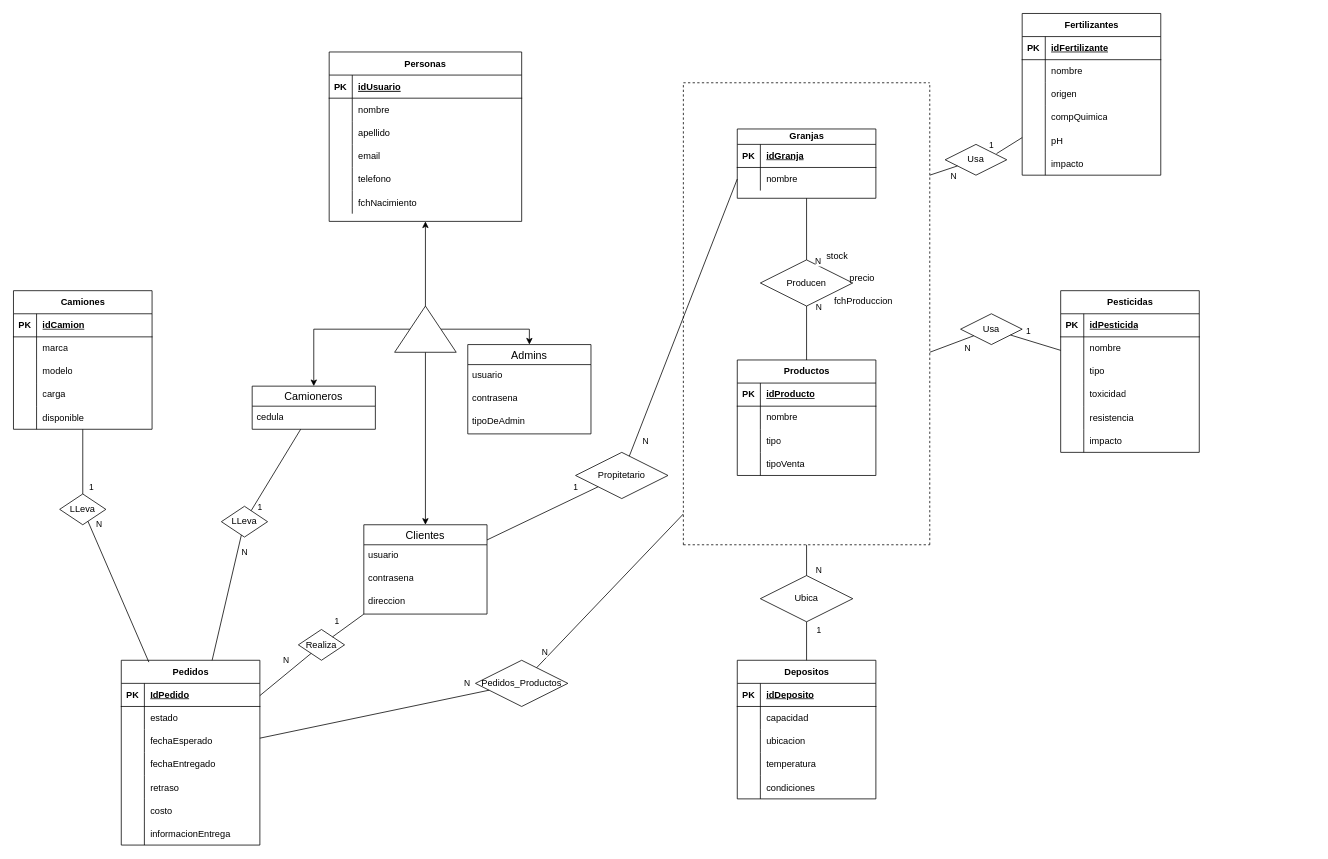
MatiasErra/ProyectoFinal keeps this draw.io diagram as Documentacion/MER.drawio. Above is the earlier version. Source tidied: cells renumbered, new cells numbered last; positions are measured from the earlier drawing's top-left corner, leaving out a move shared by most shapes. Both pictures are drawn from the tidied source at 77%, with x=0, y=0 at pixel (13, 13).
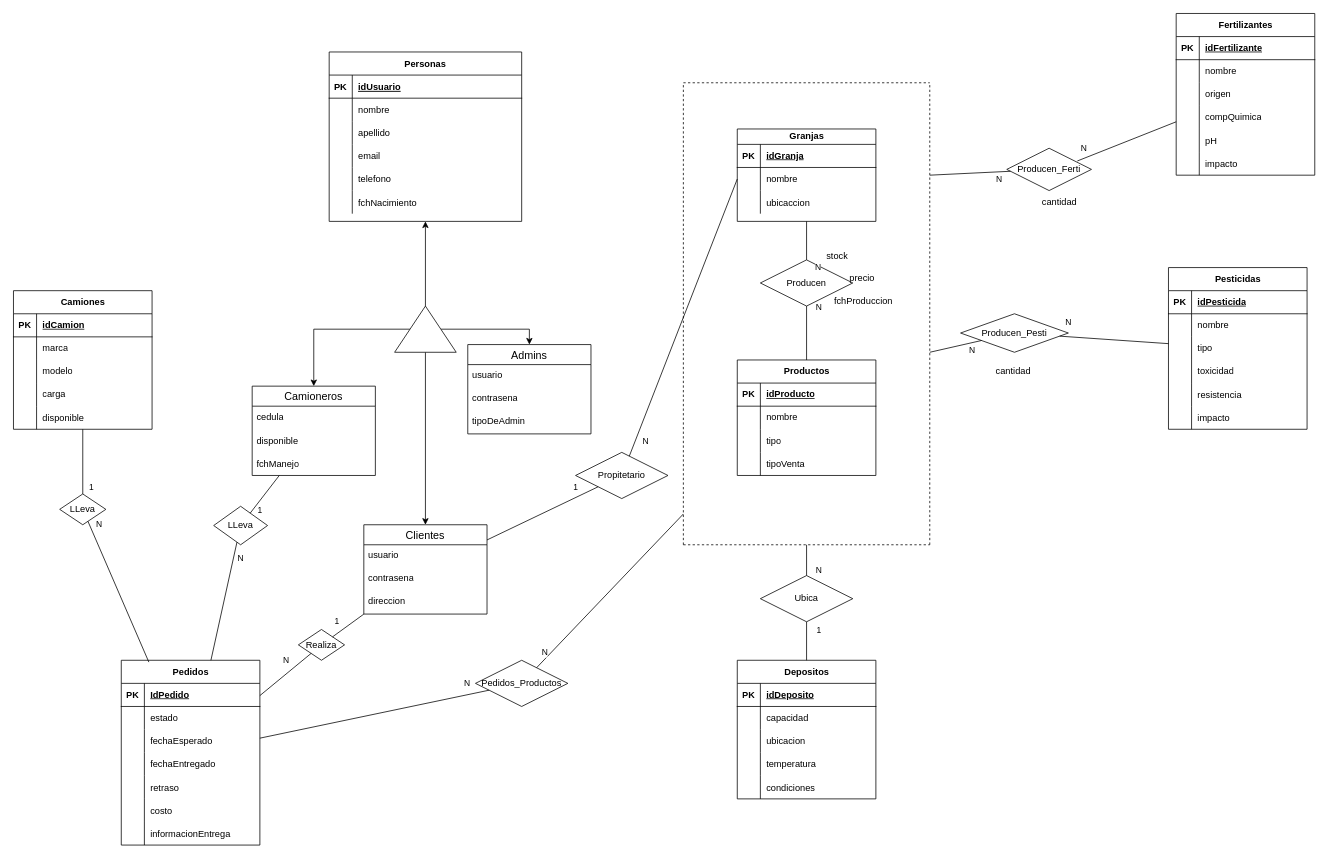
Above is the later version.

Unchanged cells that the change refers to:
```xml
<mxCell id="168" style="endArrow=none;html=1;rounded=0;" parent="1" edge="1" target="167">
  <mxGeometry relative="1" as="geometry">
    <mxPoint x="1190" y="210" as="sourcePoint" />
  </mxGeometry>
</mxCell>
<mxCell id="170" style="endArrow=none;html=1;rounded=0;exitX=0.833;exitY=0.301;exitDx=0;exitDy=0;exitPerimeter=0;" parent="1" edge="1" source="167" target="119">
  <mxGeometry relative="1" as="geometry" />
</mxCell>
<mxCell id="174" style="endArrow=none;html=1;rounded=0;" parent="1" edge="1" source="166" target="138">
  <mxGeometry relative="1" as="geometry" />
</mxCell>
<mxCell id="190" style="endArrow=none;html=1;rounded=0;" parent="1" edge="1" source="183" target="26">
  <mxGeometry relative="1" as="geometry" />
</mxCell>
```

The edit, as a diff of the source:
```diff
@@
     <mxCell id="26" value="Camioneros" style="swimlane;fontStyle=0;horizontal=1;startSize=26;align=center;fontSize=14;" parent="1" vertex="1">
-      <mxGeometry x="310" y="484" width="160" height="56" as="geometry" />
+      <mxGeometry x="310" y="484" width="160" height="116" as="geometry" />
     </mxCell>
@@
+    <mxCell id="200" value="disponible" style="text;strokeColor=none;fillColor=none;align=left;verticalAlign=middle;spacingLeft=4;spacingRight=4;overflow=hidden;whiteSpace=wrap;html=1;" parent="26" vertex="1">
+      <mxGeometry y="56" width="160" height="30" as="geometry" />
+    </mxCell>
+    <mxCell id="201" value="fchManejo" style="text;strokeColor=none;fillColor=none;align=left;verticalAlign=middle;spacingLeft=4;spacingRight=4;overflow=hidden;whiteSpace=wrap;html=1;" parent="26" vertex="1">
+      <mxGeometry y="86" width="160" height="30" as="geometry" />
+    </mxCell>
@@
     <mxCell id="104" value="Granjas" style="shape=table;startSize=20;childLayout=tableLayout;rowLines=0;fontStyle=1;align=center;html=1;" parent="1" vertex="1">
-      <mxGeometry x="940" y="150" width="180" height="90" as="geometry" />
+      <mxGeometry x="940" y="150" width="180" height="120" as="geometry" />
     </mxCell>
@@
+    <mxCell id="202" style="shape=tableRow;horizontal=0;startSize=0;swimlaneHead=0;swimlaneBody=0;fillColor=none;top=0;left=0;right=0;bottom=0;" parent="104" vertex="1">
+      <mxGeometry y="80" width="180" height="30" as="geometry" />
+    </mxCell>
+    <mxCell id="203" style="shape=partialRectangle;fillColor=none;top=0;left=0;bottom=0;right=0;overflow=hidden;" parent="202" vertex="1">
+      <mxGeometry width="30" height="30" as="geometry" />
+    </mxCell>
+    <mxCell id="204" value="ubicaccion" style="shape=partialRectangle;fillColor=none;top=0;left=0;bottom=0;right=0;align=left;spacingLeft=6;overflow=hidden;" parent="202" vertex="1">
+      <mxGeometry x="30" width="150" height="30" as="geometry" />
+    </mxCell>
@@
     <mxCell id="119" value="Fertilizantes" style="shape=table;startSize=30;childLayout=tableLayout;rowLines=0;fontStyle=1;align=center;html=1;" parent="1" vertex="1">
-      <mxGeometry x="1310" width="180" height="210" as="geometry" />
+      <mxGeometry x="1510" width="180" height="210" as="geometry" />
     </mxCell>
@@
     <mxCell id="138" value="Pesticidas" style="shape=table;startSize=30;childLayout=tableLayout;rowLines=0;fontStyle=1;align=center;html=1;" parent="1" vertex="1">
-      <mxGeometry x="1360" y="360" width="180" height="210" as="geometry" />
+      <mxGeometry x="1500" y="330" width="180" height="210" as="geometry" />
     </mxCell>
@@
-    <mxCell id="166" value="Usa" style="shape=rhombus;perimeter=rhombusPerimeter;whiteSpace=wrap;html=1;align=center;" parent="1" vertex="1">
-      <mxGeometry x="1230" y="390" width="80" height="40" as="geometry" />
+    <mxCell id="166" value="Producen_Pesti" style="shape=rhombus;perimeter=rhombusPerimeter;whiteSpace=wrap;html=1;align=center;" parent="1" vertex="1">
+      <mxGeometry x="1230" y="390" width="140" height="50" as="geometry" />
     </mxCell>
-    <mxCell id="167" value="Usa" style="shape=rhombus;perimeter=rhombusPerimeter;whiteSpace=wrap;html=1;align=center;" parent="1" vertex="1">
-      <mxGeometry x="1210" y="170" width="80" height="40" as="geometry" />
+    <mxCell id="167" value="Producen_Ferti" style="shape=rhombus;perimeter=rhombusPerimeter;whiteSpace=wrap;html=1;align=center;" parent="1" vertex="1">
+      <mxGeometry x="1290" y="175" width="110" height="55" as="geometry" />
     </mxCell>
@@
     <mxCell id="169" value="N" style="edgeLabel;html=1;align=center;verticalAlign=middle;" parent="168" vertex="1">
       <mxGeometry x="0.18" y="1" relative="1" as="geometry">
-        <mxPoint x="10" y="8" as="offset" />
+        <mxPoint x="28" y="8" as="offset" />
       </mxGeometry>
     </mxCell>
@@
-    <mxCell id="171" value="1" style="edgeLabel;html=1;align=center;verticalAlign=middle;" parent="170" vertex="1">
+    <mxCell id="171" value="N" style="edgeLabel;html=1;align=center;verticalAlign=middle;" parent="170" vertex="1">
       <mxGeometry x="0.02" relative="1" as="geometry">
-        <mxPoint x="-24" y="-1" as="offset" />
+        <mxPoint x="-57" y="9" as="offset" />
       </mxGeometry>
     </mxCell>
@@
-    <mxCell id="175" value="1" style="edgeLabel;html=1;align=center;verticalAlign=middle;" parent="174" vertex="1">
+    <mxCell id="175" value="N" style="edgeLabel;html=1;align=center;verticalAlign=middle;" parent="174" vertex="1">
       <mxGeometry x="-0.56" y="-1" relative="1" as="geometry">
-        <mxPoint x="9" y="-10" as="offset" />
+        <mxPoint x="-20" y="-22" as="offset" />
       </mxGeometry>
     </mxCell>
@@
     <mxCell id="183" value="LLeva" style="rhombus;whiteSpace=wrap;html=1;" parent="1" vertex="1">
-      <mxGeometry x="270" y="640" width="60" height="40" as="geometry" />
+      <mxGeometry x="260" y="640" width="70" height="50" as="geometry" />
     </mxCell>
@@
     <mxCell id="191" value="1" style="edgeLabel;html=1;align=center;verticalAlign=middle;" parent="190" vertex="1">
       <mxGeometry x="-0.33" y="-3" relative="1" as="geometry">
-        <mxPoint x="-13" y="28" as="offset" />
+        <mxPoint x="-3" y="10" as="offset" />
       </mxGeometry>
     </mxCell>
@@
+    <mxCell id="205" value="cantidad" style="text;strokeColor=none;fillColor=none;align=left;verticalAlign=middle;spacingLeft=4;spacingRight=4;overflow=hidden;whiteSpace=wrap;html=1;" parent="1" vertex="1">
+      <mxGeometry x="1270" y="450" width="80" height="30" as="geometry" />
+    </mxCell>
+    <mxCell id="206" value="cantidad" style="text;strokeColor=none;fillColor=none;align=left;verticalAlign=middle;spacingLeft=4;spacingRight=4;overflow=hidden;whiteSpace=wrap;html=1;" parent="1" vertex="1">
+      <mxGeometry x="1330" y="230" width="80" height="30" as="geometry" />
+    </mxCell>
```
